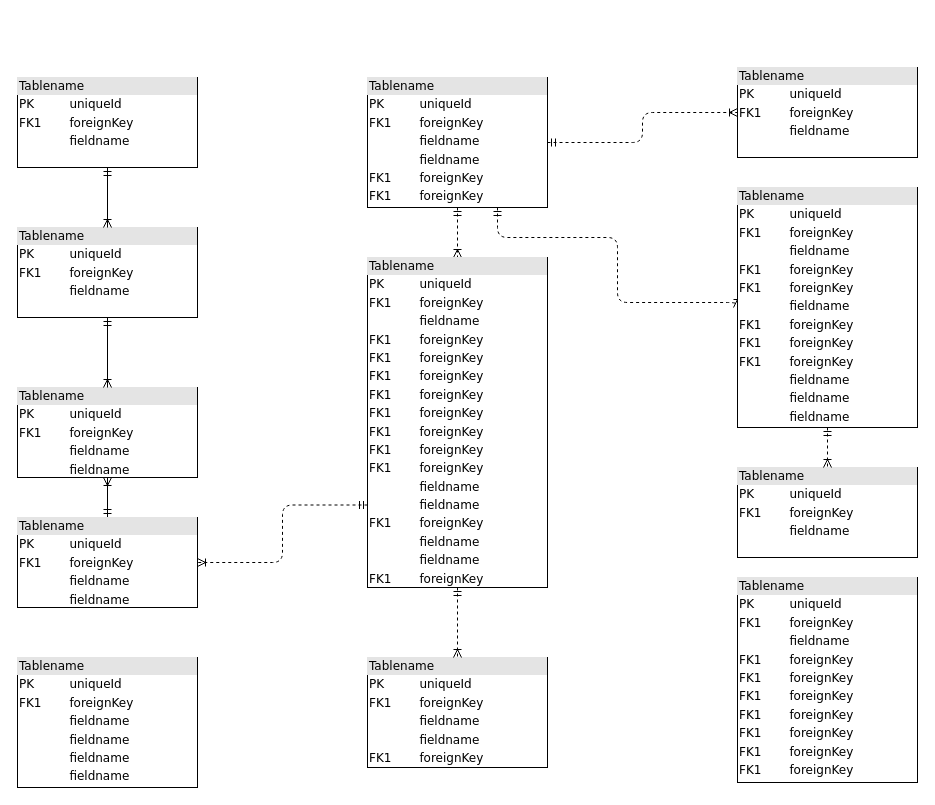
Shookherr/Skillbox keeps this draw.io diagram as Диаграмма без названия.drawio. Above is the earlier version. Source tidied: cells renumbered, new cells numbered last; positions are measured from the earlier drawing's top-left corner, leaving out a move shared by most shapes. Both pictures are drawn from the tidied source at 100%, with x=0, y=0 at pixel (17, 67).
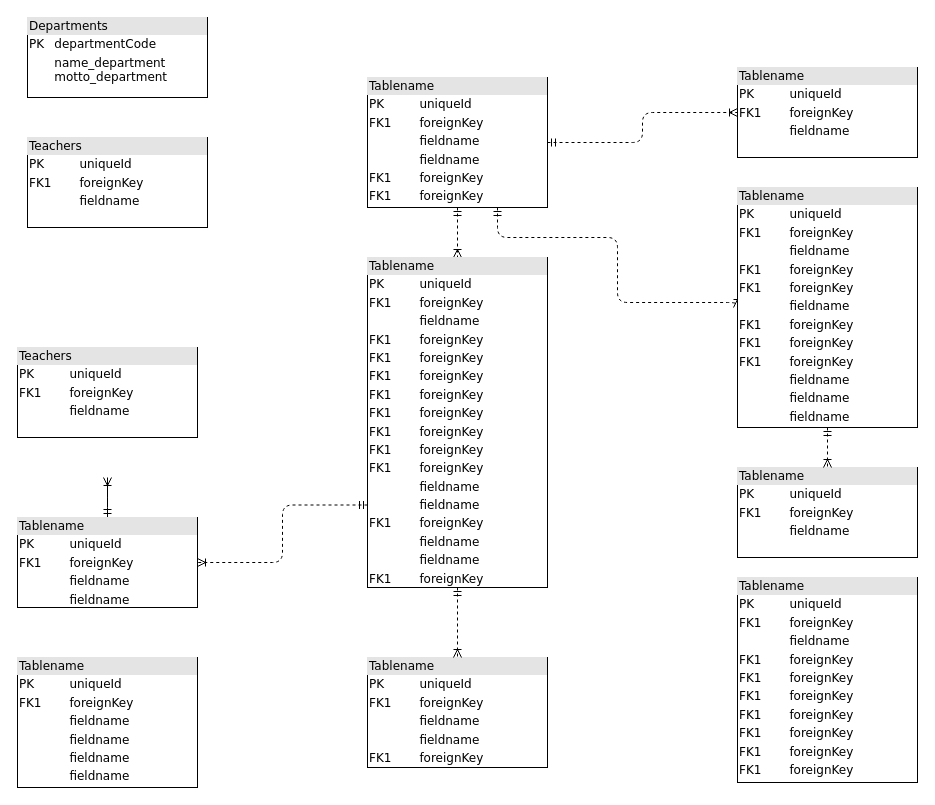
After the change.

The change refers to these unchanged cells:
```xml
<mxCell id="9" value="&lt;div style=&quot;box-sizing: border-box ; width: 100% ; background: #e4e4e4 ; padding: 2px&quot;&gt;Tablename&lt;/div&gt;&lt;table style=&quot;width: 100% ; font-size: 1em&quot; cellpadding=&quot;2&quot; cellspacing=&quot;0&quot;&gt;&lt;tbody&gt;&lt;tr&gt;&lt;td&gt;PK&lt;/td&gt;&lt;td&gt;uniqueId&lt;/td&gt;&lt;/tr&gt;&lt;tr&gt;&lt;td&gt;FK1&lt;/td&gt;&lt;td&gt;foreignKey&lt;/td&gt;&lt;/tr&gt;&lt;tr&gt;&lt;td&gt;&lt;/td&gt;&lt;td&gt;fieldname&lt;/td&gt;&lt;/tr&gt;&lt;tr&gt;&lt;td&gt;&lt;br&gt;&lt;/td&gt;&lt;td&gt;fieldname&lt;br&gt;&lt;/td&gt;&lt;/tr&gt;&lt;/tbody&gt;&lt;/table&gt;" style="verticalAlign=top;align=left;overflow=fill;html=1;rounded=0;shadow=0;comic=0;labelBackgroundColor=none;strokeWidth=1;fontFamily=Verdana;fontSize=12;" parent="1" vertex="1">
  <mxGeometry y="450" width="180" height="90" as="geometry" />
</mxCell>
```

The edit, as a diff of the source:
```diff
@@
-    <mxCell id="2" value="&lt;div style=&quot;box-sizing:border-box;width:100%;background:#e4e4e4;padding:2px;&quot;&gt;Tablename&lt;/div&gt;&lt;table style=&quot;width:100%;font-size:1em;&quot; cellpadding=&quot;2&quot; cellspacing=&quot;0&quot;&gt;&lt;tr&gt;&lt;td&gt;PK&lt;/td&gt;&lt;td&gt;uniqueId&lt;/td&gt;&lt;/tr&gt;&lt;tr&gt;&lt;td&gt;FK1&lt;/td&gt;&lt;td&gt;foreignKey&lt;/td&gt;&lt;/tr&gt;&lt;tr&gt;&lt;td&gt;&lt;/td&gt;&lt;td&gt;fieldname&lt;/td&gt;&lt;/tr&gt;&lt;/table&gt;" style="verticalAlign=top;align=left;overflow=fill;html=1;rounded=0;shadow=0;comic=0;labelBackgroundColor=none;strokeWidth=1;fontFamily=Verdana;fontSize=12;" parent="1" vertex="1">
-      <mxGeometry y="10" width="180" height="90" as="geometry" />
+    <mxCell id="2" value="&lt;div style=&quot;box-sizing:border-box;width:100%;background:#e4e4e4;padding:2px;&quot;&gt;Teachers&lt;/div&gt;&lt;table style=&quot;width:100%;font-size:1em;&quot; cellpadding=&quot;2&quot; cellspacing=&quot;0&quot;&gt;&lt;tbody&gt;&lt;tr&gt;&lt;td&gt;PK&lt;/td&gt;&lt;td&gt;uniqueId&lt;/td&gt;&lt;/tr&gt;&lt;tr&gt;&lt;td&gt;FK1&lt;/td&gt;&lt;td&gt;foreignKey&lt;/td&gt;&lt;/tr&gt;&lt;tr&gt;&lt;td&gt;&lt;/td&gt;&lt;td&gt;fieldname&lt;/td&gt;&lt;/tr&gt;&lt;/tbody&gt;&lt;/table&gt;" style="verticalAlign=top;align=left;overflow=fill;html=1;rounded=0;shadow=0;comic=0;labelBackgroundColor=none;strokeWidth=1;fontFamily=Verdana;fontSize=12;" parent="1" vertex="1">
+      <mxGeometry y="280" width="180" height="90" as="geometry" />
     </mxCell>
@@
-    <mxCell id="7" style="edgeStyle=orthogonalEdgeStyle;html=1;labelBackgroundColor=none;startArrow=ERmandOne;endArrow=ERoneToMany;fontFamily=Verdana;fontSize=12;align=left;" parent="1" edge="1" source="9" target="10">
-      <mxGeometry relative="1" as="geometry" />
+    <mxCell id="7" style="edgeStyle=orthogonalEdgeStyle;html=1;labelBackgroundColor=none;startArrow=ERmandOne;endArrow=ERoneToMany;fontFamily=Verdana;fontSize=12;align=left;" parent="1" edge="1" source="9">
+      <mxGeometry relative="1" as="geometry">
+        <mxPoint x="90" y="410" as="targetPoint" />
+      </mxGeometry>
     </mxCell>
@@
-    <mxCell id="10" value="&lt;div style=&quot;box-sizing: border-box ; width: 100% ; background: #e4e4e4 ; padding: 2px&quot;&gt;Tablename&lt;/div&gt;&lt;table style=&quot;width: 100% ; font-size: 1em&quot; cellpadding=&quot;2&quot; cellspacing=&quot;0&quot;&gt;&lt;tbody&gt;&lt;tr&gt;&lt;td&gt;PK&lt;/td&gt;&lt;td&gt;uniqueId&lt;/td&gt;&lt;/tr&gt;&lt;tr&gt;&lt;td&gt;FK1&lt;/td&gt;&lt;td&gt;foreignKey&lt;/td&gt;&lt;/tr&gt;&lt;tr&gt;&lt;td&gt;&lt;/td&gt;&lt;td&gt;fieldname&lt;/td&gt;&lt;/tr&gt;&lt;tr&gt;&lt;td&gt;&lt;br&gt;&lt;/td&gt;&lt;td&gt;fieldname&lt;br&gt;&lt;/td&gt;&lt;/tr&gt;&lt;/tbody&gt;&lt;/table&gt;" style="verticalAlign=top;align=left;overflow=fill;html=1;rounded=0;shadow=0;comic=0;labelBackgroundColor=none;strokeWidth=1;fontFamily=Verdana;fontSize=12;" parent="1" vertex="1">
-      <mxGeometry y="320" width="180" height="90" as="geometry" />
-    </mxCell>
-    <mxCell id="11" style="edgeStyle=orthogonalEdgeStyle;html=1;entryX=0.5;entryY=0;labelBackgroundColor=none;startArrow=ERmandOne;endArrow=ERoneToMany;fontFamily=Verdana;fontSize=12;align=left;" parent="1" edge="1" source="12" target="10">
-      <mxGeometry relative="1" as="geometry" />
-    </mxCell>
-    <mxCell id="12" value="&lt;div style=&quot;box-sizing:border-box;width:100%;background:#e4e4e4;padding:2px;&quot;&gt;Tablename&lt;/div&gt;&lt;table style=&quot;width:100%;font-size:1em;&quot; cellpadding=&quot;2&quot; cellspacing=&quot;0&quot;&gt;&lt;tr&gt;&lt;td&gt;PK&lt;/td&gt;&lt;td&gt;uniqueId&lt;/td&gt;&lt;/tr&gt;&lt;tr&gt;&lt;td&gt;FK1&lt;/td&gt;&lt;td&gt;foreignKey&lt;/td&gt;&lt;/tr&gt;&lt;tr&gt;&lt;td&gt;&lt;/td&gt;&lt;td&gt;fieldname&lt;/td&gt;&lt;/tr&gt;&lt;/table&gt;" style="verticalAlign=top;align=left;overflow=fill;html=1;rounded=0;shadow=0;comic=0;labelBackgroundColor=none;strokeWidth=1;fontFamily=Verdana;fontSize=12;" parent="1" vertex="1">
-      <mxGeometry y="160" width="180" height="90" as="geometry" />
+    <mxCell id="12" value="&lt;div style=&quot;box-sizing:border-box;width:100%;background:#e4e4e4;padding:2px;&quot;&gt;Departments&lt;/div&gt;&lt;table style=&quot;width:100%;font-size:1em;&quot; cellpadding=&quot;2&quot; cellspacing=&quot;0&quot;&gt;&lt;tbody&gt;&lt;tr&gt;&lt;td&gt;PK&lt;/td&gt;&lt;td&gt;departmentCode&lt;/td&gt;&lt;/tr&gt;&lt;tr&gt;&lt;td&gt;&lt;br&gt;&lt;/td&gt;&lt;td&gt;name_department&lt;br&gt;motto_department&lt;br&gt;&lt;/td&gt;&lt;/tr&gt;&lt;tr&gt;&lt;td&gt;&lt;br&gt;&lt;/td&gt;&lt;td&gt;&lt;br&gt;&lt;/td&gt;&lt;/tr&gt;&lt;/tbody&gt;&lt;/table&gt;" style="verticalAlign=top;align=left;overflow=fill;html=1;rounded=0;shadow=0;comic=0;labelBackgroundColor=none;strokeWidth=1;fontFamily=Verdana;fontSize=12;" parent="1" vertex="1">
+      <mxGeometry x="10" y="-50" width="180" height="80" as="geometry" />
     </mxCell>
@@
-    <mxCell id="22" style="edgeStyle=orthogonalEdgeStyle;html=1;endArrow=ERoneToMany;startArrow=ERmandOne;labelBackgroundColor=none;fontFamily=Verdana;fontSize=12;align=left;exitX=0.5;exitY=1;entryX=0.5;entryY=0;" parent="1" edge="1" source="2" target="12">
-      <mxGeometry relative="1" as="geometry" />
-    </mxCell>
+    <mxCell id="23" value="&lt;div style=&quot;box-sizing:border-box;width:100%;background:#e4e4e4;padding:2px;&quot;&gt;Teachers&lt;/div&gt;&lt;table style=&quot;width:100%;font-size:1em;&quot; cellpadding=&quot;2&quot; cellspacing=&quot;0&quot;&gt;&lt;tbody&gt;&lt;tr&gt;&lt;td&gt;PK&lt;/td&gt;&lt;td&gt;uniqueId&lt;/td&gt;&lt;/tr&gt;&lt;tr&gt;&lt;td&gt;FK1&lt;/td&gt;&lt;td&gt;foreignKey&lt;/td&gt;&lt;/tr&gt;&lt;tr&gt;&lt;td&gt;&lt;/td&gt;&lt;td&gt;fieldname&lt;/td&gt;&lt;/tr&gt;&lt;/tbody&gt;&lt;/table&gt;" style="verticalAlign=top;align=left;overflow=fill;html=1;rounded=0;shadow=0;comic=0;labelBackgroundColor=none;strokeWidth=1;fontFamily=Verdana;fontSize=12;" parent="1" vertex="1">
+      <mxGeometry x="10" y="70" width="180" height="90" as="geometry" />
+    </mxCell>
```
